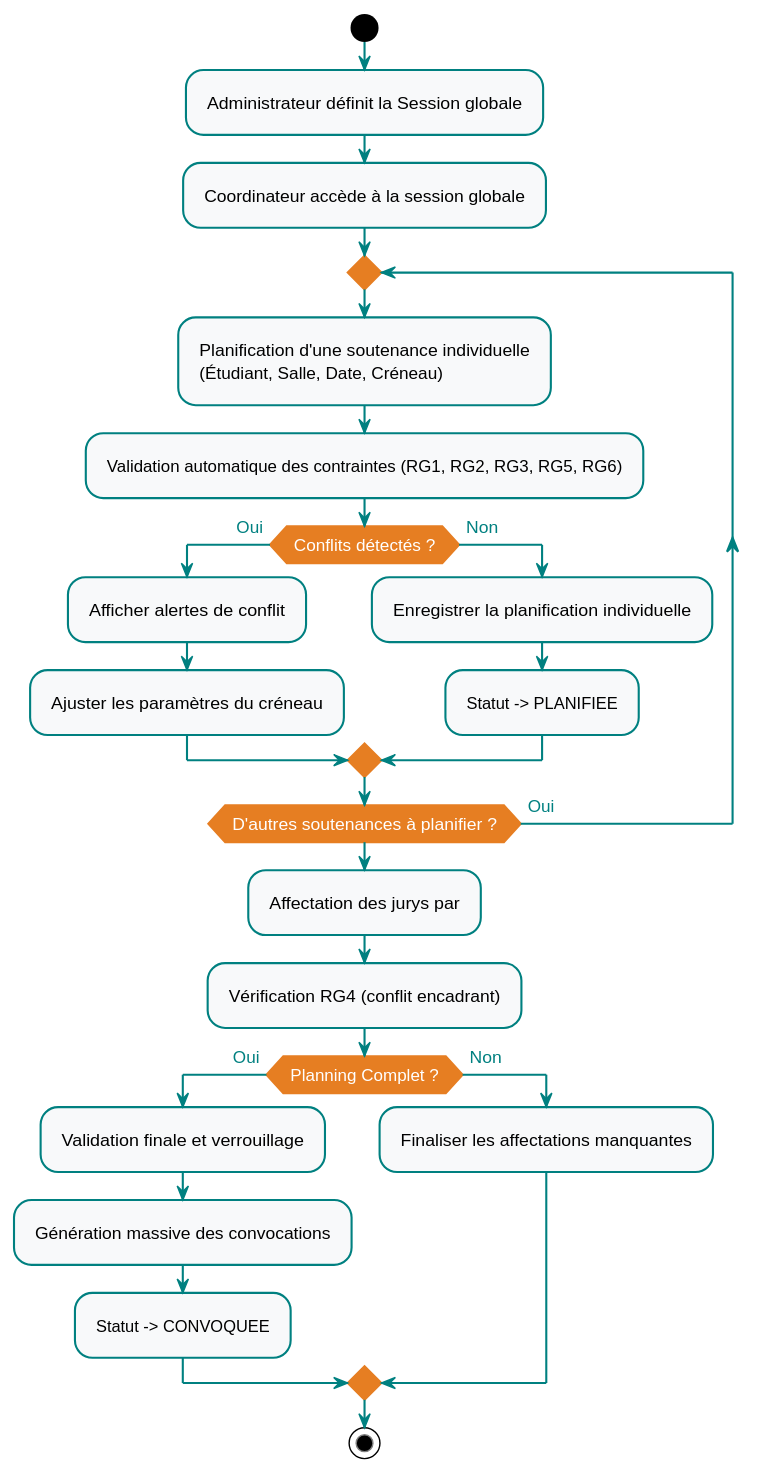
abdelaziz-ebourki/system-gestion-soutenance-docs keeps this PlantUML diagram as diagrams/svg/act_planning.svg. Above is the earlier version.
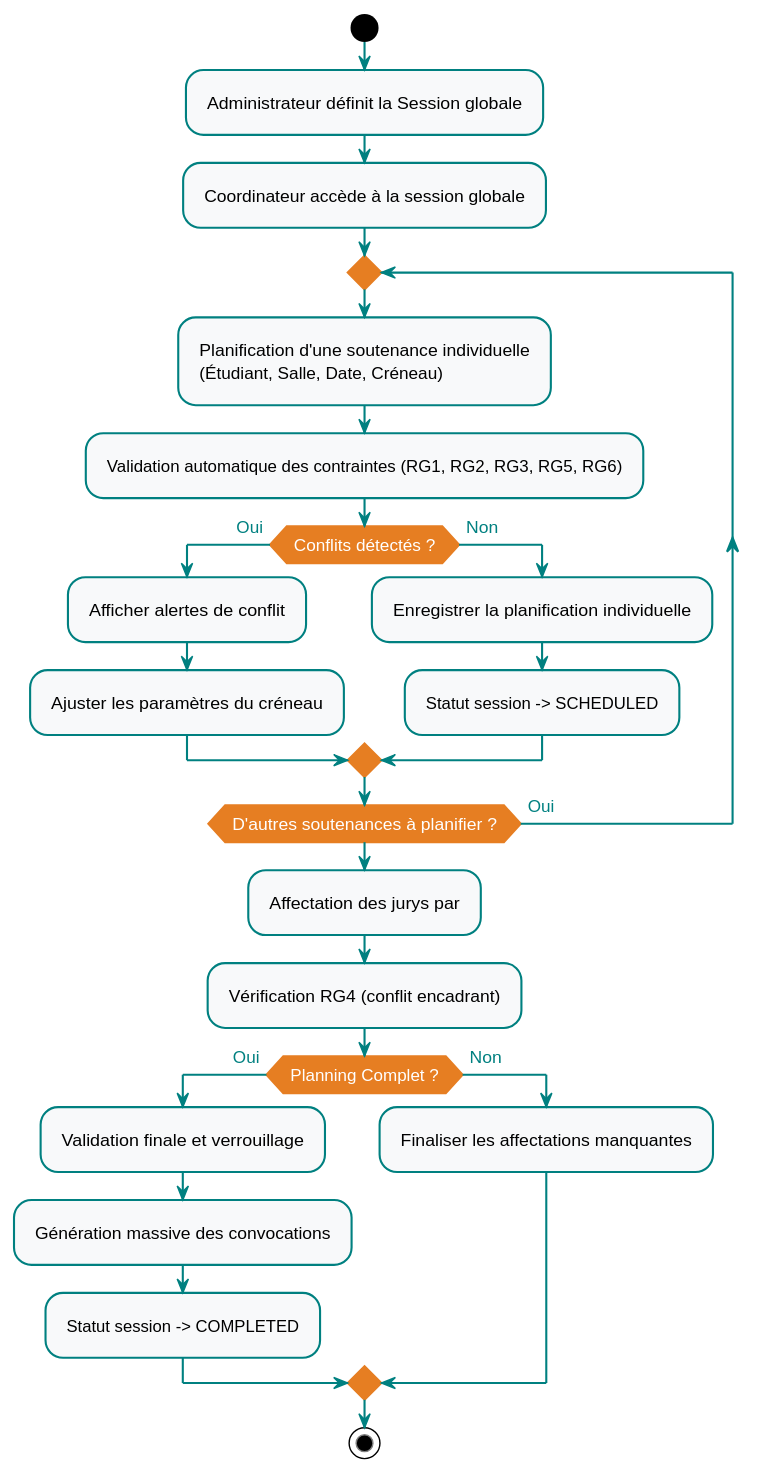
After the commit.

The edit, as a diff of the source:
```diff
@@ -86,7 +86,7 @@
         :Ajuster les paramètres du créneau;
     else (Non)
         :Enregistrer la planification individuelle;
-        :Statut -> PLANIFIEE;
+        :Statut session -> SCHEDULED;
     endif
 repeat while (D'autres soutenances à planifier ?) is (Oui)
 
@@ -96,7 +96,7 @@
 if (Planning Complet ?) then (Oui)
     :Validation finale et verrouillage;
     :Génération massive des convocations;
-    :Statut -> CONVOQUEE;
+    :Statut session -> COMPLETED;
 else (Non)
     :Finaliser les affectations manquantes;
 endif
```
